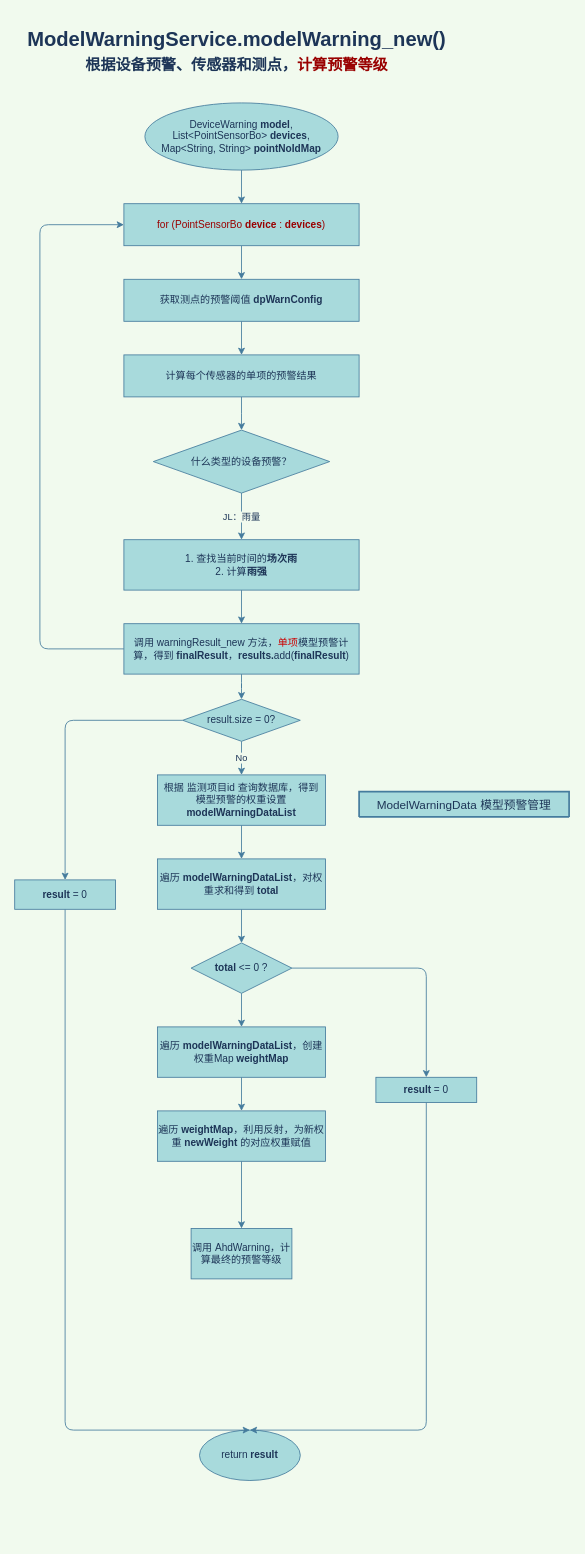
This is page "计算警级（父）" (7 of 11) of 流程图/理解预警代码1.drawio from Axiao89757/notes, a draw.io file, before an edit. Source tidied: cells renumbered, new cells numbered last; positions are measured from the earlier drawing's top-left corner, leaving out a move shared by most shapes. Both pictures are drawn from the tidied source at 84%, with x=0, y=0 at pixel (14, 18).
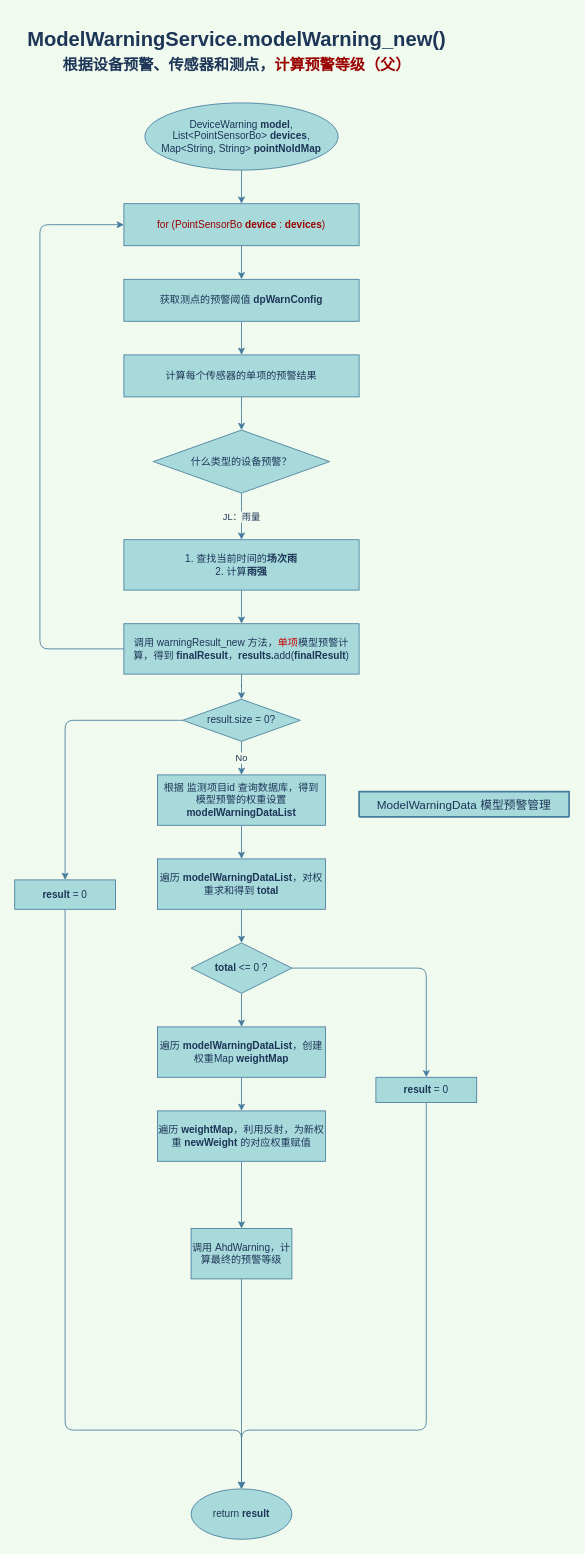
The same diagram, later.

The change refers to these unchanged cells:
```xml
<mxCell id="37" value="调用 AhdWarning，计算最终的预警等级" style="whiteSpace=wrap;html=1;rounded=0;fontColor=#1D3557;strokeColor=#457B9D;fillColor=#A8DADC;sketch=0;" parent="1" vertex="1">
  <mxGeometry x="210" y="1440" width="120" height="60" as="geometry" />
</mxCell>
```

Change to the diagram source:
```diff
@@
     <mxCell id="17" value="return &lt;b&gt;result&lt;/b&gt;" style="ellipse;whiteSpace=wrap;html=1;rounded=0;fontColor=#1D3557;strokeColor=#457B9D;fillColor=#A8DADC;sketch=0;" parent="1" vertex="1">
-      <mxGeometry x="220" y="1680" width="120" height="60" as="geometry" />
+      <mxGeometry x="210" y="1750" width="120" height="60" as="geometry" />
     </mxCell>
@@
-    <mxCell id="19" value="&lt;h2&gt;根据设备预警、传感器和测点，&lt;font color=&quot;#990000&quot;&gt;计算预警等级&lt;/font&gt;&lt;/h2&gt;" style="text;html=1;align=center;verticalAlign=middle;fillColor=none;strokeColor=none;rounded=0;sketch=0;fontColor=#1D3557;" parent="1" vertex="1">
-      <mxGeometry x="74" y="30" width="380" height="50" as="geometry" />
+    <mxCell id="19" value="&lt;h2&gt;根据设备预警、传感器和测点，&lt;font color=&quot;#990000&quot;&gt;计算预警等级（父）&lt;/font&gt;&lt;/h2&gt;" style="text;html=1;align=center;verticalAlign=middle;fillColor=none;strokeColor=none;rounded=0;sketch=0;fontColor=#1D3557;" parent="1" vertex="1">
+      <mxGeometry x="49" y="30" width="430" height="50" as="geometry" />
     </mxCell>
@@
+    <mxCell id="40" style="edgeStyle=orthogonalEdgeStyle;curved=0;rounded=1;sketch=0;jettySize=auto;html=1;exitX=0.5;exitY=1;exitDx=0;exitDy=0;fontColor=#1D3557;strokeColor=#457B9D;fillColor=#A8DADC;" parent="1" edge="1" source="37" target="17">
+      <mxGeometry relative="1" as="geometry" />
+    </mxCell>
```
